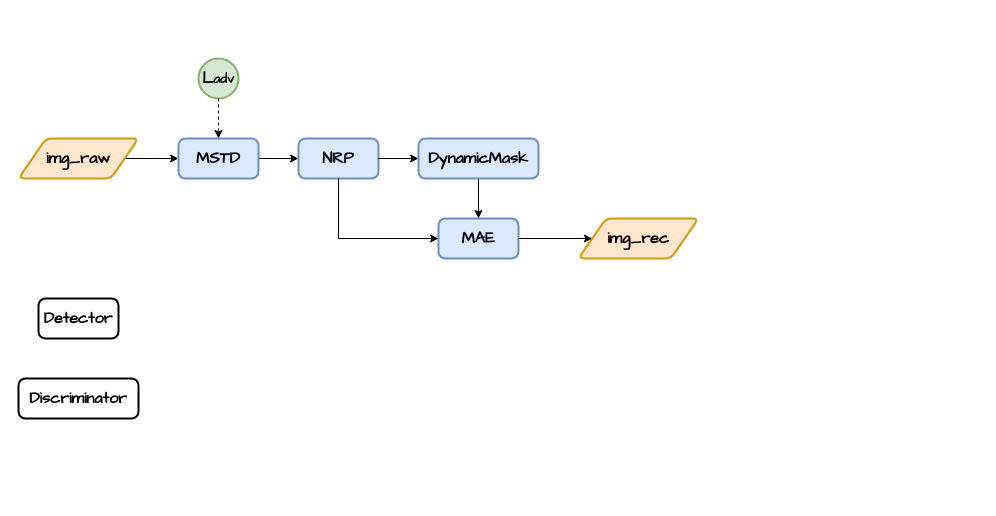
This is Purification.drawio from umiskky/Diagrams, a draw.io file, before an edit. Source tidied: cells renumbered, new cells numbered last; positions are measured from the earlier drawing's top-left corner, leaving out a move shared by most shapes. Both pictures are drawn from the tidied source at 100%, with x=0, y=0 at pixel (18, 58).
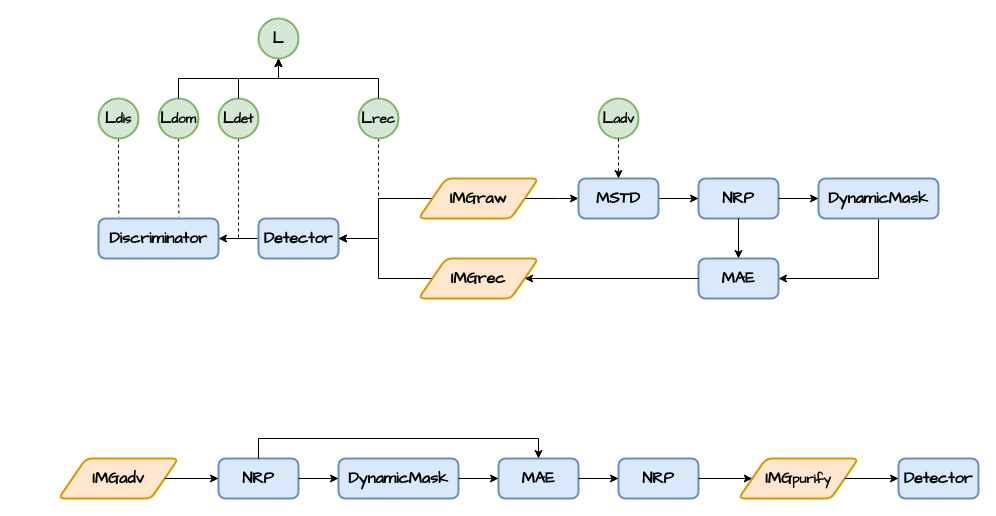
Above is the later version.

What changed in the source:
```diff
@@
+    <mxCell id="19" style="group;" parent="1" vertex="1">
+      <mxGeometry x="80" y="-40" width="840" height="280" as="geometry" />
+    </mxCell>
-    <mxCell id="2" value="&lt;b&gt;Discriminator&lt;/b&gt;" style="rounded=1;whiteSpace=wrap;html=1;absoluteArcSize=1;arcSize=14;strokeWidth=2;fontFamily=Comic Sans MS;fontSize=16;" parent="1" vertex="1">
-      <mxGeometry y="320" width="120" height="40" as="geometry" />
+    <mxCell id="2" value="&lt;b&gt;Discriminator&lt;/b&gt;" style="rounded=1;whiteSpace=wrap;html=1;absoluteArcSize=1;arcSize=14;strokeWidth=2;fontFamily=Comic Sans MS;fontSize=16;fillColor=#dae8fc;strokeColor=#6c8ebf;" parent="19" vertex="1">
+      <mxGeometry y="200" width="120" height="40" as="geometry" />
     </mxCell>
+    <mxCell id="20" style="edgeStyle=orthogonalEdgeStyle;rounded=0;jettySize=auto;html=1;exitX=0;exitY=0.5;exitDx=0;exitDy=0;entryX=1;entryY=0.5;entryDx=0;entryDy=0;fontFamily=Comic Sans MS;fontSize=16;" parent="19" edge="1" source="3" target="2">
+      <mxGeometry relative="1" as="geometry" />
+    </mxCell>
-    <mxCell id="3" value="&lt;b&gt;Detector&lt;/b&gt;" style="rounded=1;whiteSpace=wrap;html=1;absoluteArcSize=1;arcSize=14;strokeWidth=2;fontFamily=Comic Sans MS;fontSize=16;" parent="1" vertex="1">
-      <mxGeometry x="20" y="240" width="80" height="40" as="geometry" />
+    <mxCell id="3" value="&lt;b&gt;Detector&lt;/b&gt;" style="rounded=1;whiteSpace=wrap;html=1;absoluteArcSize=1;arcSize=14;strokeWidth=2;fontFamily=Comic Sans MS;fontSize=16;fillColor=#dae8fc;strokeColor=#6c8ebf;" parent="19" vertex="1">
+      <mxGeometry x="160" y="200" width="80" height="40" as="geometry" />
     </mxCell>
-    <mxCell id="4" style="group;" parent="1" vertex="1">
-      <mxGeometry width="680" height="200" as="geometry" />
-    </mxCell>
+    <mxCell id="21" style="edgeStyle=orthogonalEdgeStyle;rounded=0;jettySize=auto;html=1;exitX=0.5;exitY=1;exitDx=0;exitDy=0;exitPerimeter=0;fontFamily=Comic Sans MS;fontSize=16;dashed=1;endArrow=none;endFill=0;" parent="19" edge="1" source="22">
+      <mxGeometry relative="1" as="geometry">
+        <mxPoint x="280" y="180" as="targetPoint" />
+      </mxGeometry>
+    </mxCell>
+    <mxCell id="22" value="&lt;b&gt;L&lt;span style=&quot;font-size: 13.3333px;&quot;&gt;rec&lt;/span&gt;&lt;/b&gt;" style="strokeWidth=2;html=1;shape=mxgraph.flowchart.start_2;whiteSpace=wrap;fontFamily=Comic Sans MS;fontSize=16;fillColor=#d5e8d4;strokeColor=#82b366;" parent="19" vertex="1">
+      <mxGeometry x="260" y="80" width="40" height="40" as="geometry" />
+    </mxCell>
+    <mxCell id="23" style="edgeStyle=orthogonalEdgeStyle;rounded=0;jettySize=auto;html=1;exitX=0.5;exitY=1;exitDx=0;exitDy=0;exitPerimeter=0;entryX=0.67;entryY=-0.04;entryDx=0;entryDy=0;entryPerimeter=0;dashed=1;fontFamily=Comic Sans MS;fontSize=16;endArrow=none;endFill=0;" parent="19" edge="1" source="24" target="2">
+      <mxGeometry relative="1" as="geometry" />
+    </mxCell>
+    <mxCell id="24" value="&lt;b&gt;L&lt;span style=&quot;font-size: 13.3333px;&quot;&gt;dom&lt;br&gt;&lt;/span&gt;&lt;/b&gt;" style="strokeWidth=2;html=1;shape=mxgraph.flowchart.start_2;whiteSpace=wrap;fontFamily=Comic Sans MS;fontSize=16;fillColor=#d5e8d4;strokeColor=#82b366;" parent="19" vertex="1">
+      <mxGeometry x="60" y="80" width="40" height="40" as="geometry" />
+    </mxCell>
+    <mxCell id="25" style="edgeStyle=orthogonalEdgeStyle;rounded=0;jettySize=auto;html=1;exitX=0.5;exitY=1;exitDx=0;exitDy=0;exitPerimeter=0;entryX=0.17;entryY=-0.04;entryDx=0;entryDy=0;entryPerimeter=0;dashed=1;fontFamily=Comic Sans MS;fontSize=16;endArrow=none;endFill=0;" parent="19" edge="1" source="26" target="2">
+      <mxGeometry relative="1" as="geometry" />
+    </mxCell>
+    <mxCell id="26" value="&lt;b&gt;L&lt;span style=&quot;font-size: 13.3333px;&quot;&gt;dis&lt;br&gt;&lt;/span&gt;&lt;/b&gt;" style="strokeWidth=2;html=1;shape=mxgraph.flowchart.start_2;whiteSpace=wrap;fontFamily=Comic Sans MS;fontSize=16;fillColor=#d5e8d4;strokeColor=#82b366;" parent="19" vertex="1">
+      <mxGeometry y="80" width="40" height="40" as="geometry" />
+    </mxCell>
+    <mxCell id="27" style="edgeStyle=orthogonalEdgeStyle;rounded=0;jettySize=auto;html=1;exitX=0.5;exitY=1;exitDx=0;exitDy=0;exitPerimeter=0;fontFamily=Comic Sans MS;fontSize=16;dashed=1;endArrow=none;endFill=0;" parent="19" edge="1" source="28">
+      <mxGeometry relative="1" as="geometry">
+        <mxPoint x="140" y="220" as="targetPoint" />
+      </mxGeometry>
+    </mxCell>
+    <mxCell id="28" value="&lt;b&gt;L&lt;span style=&quot;font-size: 13.3333px;&quot;&gt;det&lt;br&gt;&lt;/span&gt;&lt;/b&gt;" style="strokeWidth=2;html=1;shape=mxgraph.flowchart.start_2;whiteSpace=wrap;fontFamily=Comic Sans MS;fontSize=16;fillColor=#d5e8d4;strokeColor=#82b366;" parent="19" vertex="1">
+      <mxGeometry x="120" y="80" width="40" height="40" as="geometry" />
+    </mxCell>
-    <mxCell id="5" value="&lt;b&gt;L&lt;span style=&quot;font-size: 13.3333px;&quot;&gt;adv&lt;/span&gt;&lt;/b&gt;" style="strokeWidth=2;html=1;shape=mxgraph.flowchart.start_2;whiteSpace=wrap;fontFamily=Comic Sans MS;fontSize=16;fillColor=#d5e8d4;strokeColor=#82b366;" parent="4" vertex="1">
-      <mxGeometry x="180" width="40" height="40" as="geometry" />
+    <mxCell id="5" value="&lt;b&gt;L&lt;span style=&quot;font-size: 13.3333px;&quot;&gt;adv&lt;/span&gt;&lt;/b&gt;" style="strokeWidth=2;html=1;shape=mxgraph.flowchart.start_2;whiteSpace=wrap;fontFamily=Comic Sans MS;fontSize=16;fillColor=#d5e8d4;strokeColor=#82b366;" parent="19" vertex="1">
+      <mxGeometry x="500" y="80" width="40" height="40" as="geometry" />
     </mxCell>
-    <mxCell id="6" style="edgeStyle=orthogonalEdgeStyle;rounded=0;jettySize=auto;html=1;exitX=1;exitY=0.5;exitDx=0;exitDy=0;entryX=0;entryY=0.5;entryDx=0;entryDy=0;fontFamily=Comic Sans MS;fontSize=16;" parent="4" edge="1" source="7">
+    <mxCell id="6" style="edgeStyle=orthogonalEdgeStyle;rounded=0;jettySize=auto;html=1;exitX=1;exitY=0.5;exitDx=0;exitDy=0;entryX=0;entryY=0.5;entryDx=0;entryDy=0;fontFamily=Comic Sans MS;fontSize=16;" parent="19" edge="1" source="7">
       <mxGeometry relative="1" as="geometry">
-        <mxPoint x="160" y="100" as="targetPoint" />
+        <mxPoint x="480" y="180" as="targetPoint" />
       </mxGeometry>
     </mxCell>
+    <mxCell id="29" style="edgeStyle=orthogonalEdgeStyle;rounded=0;jettySize=auto;html=1;exitX=0;exitY=0.5;exitDx=0;exitDy=0;entryX=1;entryY=0.5;entryDx=0;entryDy=0;fontFamily=Comic Sans MS;fontSize=16;" parent="19" edge="1" source="7" target="3">
+      <mxGeometry relative="1" as="geometry" />
+    </mxCell>
-    <mxCell id="7" value="&lt;b&gt;&lt;font face=&quot;Comic Sans MS&quot; style=&quot;font-size: 16px;&quot;&gt;img_raw&lt;/font&gt;&lt;/b&gt;" style="shape=parallelogram;html=1;strokeWidth=2;perimeter=parallelogramPerimeter;whiteSpace=wrap;rounded=1;arcSize=12;size=0.23;fillColor=#ffe6cc;strokeColor=#d79b00;" parent="4" vertex="1">
-      <mxGeometry y="80" width="120" height="40" as="geometry" />
+    <mxCell id="7" value="&lt;b&gt;&lt;font face=&quot;Comic Sans MS&quot; style=&quot;&quot;&gt;&lt;sub style=&quot;&quot;&gt;&lt;span style=&quot;font-size: 16px;&quot;&gt;IMGraw&lt;/span&gt;&lt;/sub&gt;&lt;/font&gt;&lt;/b&gt;" style="shape=parallelogram;html=1;strokeWidth=2;perimeter=parallelogramPerimeter;whiteSpace=wrap;rounded=1;arcSize=12;size=0.23;fillColor=#ffe6cc;strokeColor=#d79b00;" parent="19" vertex="1">
+      <mxGeometry x="320" y="160" width="120" height="40" as="geometry" />
     </mxCell>
-    <mxCell id="8" value="&lt;b&gt;NRP&lt;/b&gt;" style="rounded=1;whiteSpace=wrap;html=1;absoluteArcSize=1;arcSize=14;strokeWidth=2;fontFamily=Comic Sans MS;fontSize=16;fillColor=#dae8fc;strokeColor=#6c8ebf;" parent="4" vertex="1">
-      <mxGeometry x="280" y="80" width="80" height="40" as="geometry" />
+    <mxCell id="8" value="&lt;b&gt;NRP&lt;/b&gt;" style="rounded=1;whiteSpace=wrap;html=1;absoluteArcSize=1;arcSize=14;strokeWidth=2;fontFamily=Comic Sans MS;fontSize=16;fillColor=#dae8fc;strokeColor=#6c8ebf;" parent="19" vertex="1">
+      <mxGeometry x="600" y="160" width="80" height="40" as="geometry" />
     </mxCell>
-    <mxCell id="9" style="edgeStyle=orthogonalEdgeStyle;rounded=0;jettySize=auto;html=1;exitX=1;exitY=0.5;exitDx=0;exitDy=0;entryX=0;entryY=0.5;entryDx=0;entryDy=0;fontFamily=Comic Sans MS;fontSize=16;" parent="4" edge="1" source="10" target="8">
+    <mxCell id="9" style="edgeStyle=orthogonalEdgeStyle;rounded=0;jettySize=auto;html=1;exitX=1;exitY=0.5;exitDx=0;exitDy=0;entryX=0;entryY=0.5;entryDx=0;entryDy=0;fontFamily=Comic Sans MS;fontSize=16;" parent="19" edge="1" source="10" target="8">
       <mxGeometry relative="1" as="geometry" />
     </mxCell>
-    <mxCell id="10" value="&lt;b&gt;MSTD&lt;/b&gt;" style="rounded=1;whiteSpace=wrap;html=1;absoluteArcSize=1;arcSize=14;strokeWidth=2;fontFamily=Comic Sans MS;fontSize=16;fillColor=#dae8fc;strokeColor=#6c8ebf;" parent="4" vertex="1">
-      <mxGeometry x="160" y="80" width="80" height="40" as="geometry" />
+    <mxCell id="10" value="&lt;b&gt;MSTD&lt;/b&gt;" style="rounded=1;whiteSpace=wrap;html=1;absoluteArcSize=1;arcSize=14;strokeWidth=2;fontFamily=Comic Sans MS;fontSize=16;fillColor=#dae8fc;strokeColor=#6c8ebf;" parent="19" vertex="1">
+      <mxGeometry x="480" y="160" width="80" height="40" as="geometry" />
     </mxCell>
-    <mxCell id="11" style="edgeStyle=orthogonalEdgeStyle;rounded=0;jettySize=auto;html=1;exitX=0.5;exitY=1;exitDx=0;exitDy=0;exitPerimeter=0;entryX=0.5;entryY=0;entryDx=0;entryDy=0;fontFamily=Comic Sans MS;fontSize=16;dashed=1;" parent="4" edge="1" source="5" target="10">
+    <mxCell id="11" style="edgeStyle=orthogonalEdgeStyle;rounded=0;jettySize=auto;html=1;exitX=0.5;exitY=1;exitDx=0;exitDy=0;exitPerimeter=0;entryX=0.5;entryY=0;entryDx=0;entryDy=0;fontFamily=Comic Sans MS;fontSize=16;dashed=1;" parent="19" edge="1" source="5" target="10">
       <mxGeometry relative="1" as="geometry" />
     </mxCell>
-    <mxCell id="12" value="&lt;b&gt;MAE&lt;/b&gt;" style="rounded=1;whiteSpace=wrap;html=1;absoluteArcSize=1;arcSize=14;strokeWidth=2;fontFamily=Comic Sans MS;fontSize=16;fillColor=#dae8fc;strokeColor=#6c8ebf;" parent="4" vertex="1">
-      <mxGeometry x="420" y="160" width="80" height="40" as="geometry" />
+    <mxCell id="12" value="&lt;b&gt;MAE&lt;/b&gt;" style="rounded=1;whiteSpace=wrap;html=1;absoluteArcSize=1;arcSize=14;strokeWidth=2;fontFamily=Comic Sans MS;fontSize=16;fillColor=#dae8fc;strokeColor=#6c8ebf;" parent="19" vertex="1">
+      <mxGeometry x="600" y="240" width="80" height="40" as="geometry" />
     </mxCell>
-    <mxCell id="13" style="edgeStyle=orthogonalEdgeStyle;rounded=0;jettySize=auto;html=1;exitX=0.5;exitY=1;exitDx=0;exitDy=0;entryX=0;entryY=0.5;entryDx=0;entryDy=0;fontFamily=Comic Sans MS;fontSize=16;" parent="4" edge="1" source="8" target="12">
+    <mxCell id="13" style="edgeStyle=orthogonalEdgeStyle;rounded=0;jettySize=auto;html=1;exitX=0.5;exitY=1;exitDx=0;exitDy=0;entryX=0.5;entryY=0;entryDx=0;entryDy=0;fontFamily=Comic Sans MS;fontSize=16;" parent="19" edge="1" source="8" target="12">
       <mxGeometry relative="1" as="geometry" />
     </mxCell>
-    <mxCell id="14" style="edgeStyle=orthogonalEdgeStyle;rounded=0;jettySize=auto;html=1;exitX=0.5;exitY=1;exitDx=0;exitDy=0;entryX=0.5;entryY=0;entryDx=0;entryDy=0;fontFamily=Comic Sans MS;fontSize=16;" parent="4" edge="1" source="15" target="12">
+    <mxCell id="14" style="edgeStyle=orthogonalEdgeStyle;rounded=0;jettySize=auto;html=1;exitX=0.5;exitY=1;exitDx=0;exitDy=0;entryX=1;entryY=0.5;entryDx=0;entryDy=0;fontFamily=Comic Sans MS;fontSize=16;" parent="19" edge="1" source="15" target="12">
       <mxGeometry relative="1" as="geometry" />
     </mxCell>
-    <mxCell id="15" value="&lt;b&gt;DynamicMask&lt;/b&gt;" style="rounded=1;whiteSpace=wrap;html=1;absoluteArcSize=1;arcSize=14;strokeWidth=2;fontFamily=Comic Sans MS;fontSize=16;fillColor=#dae8fc;strokeColor=#6c8ebf;" parent="4" vertex="1">
-      <mxGeometry x="400" y="80" width="120" height="40" as="geometry" />
+    <mxCell id="15" value="&lt;b&gt;DynamicMask&lt;/b&gt;" style="rounded=1;whiteSpace=wrap;html=1;absoluteArcSize=1;arcSize=14;strokeWidth=2;fontFamily=Comic Sans MS;fontSize=16;fillColor=#dae8fc;strokeColor=#6c8ebf;" parent="19" vertex="1">
+      <mxGeometry x="720" y="160" width="120" height="40" as="geometry" />
     </mxCell>
-    <mxCell id="16" style="edgeStyle=orthogonalEdgeStyle;rounded=0;jettySize=auto;html=1;exitX=1;exitY=0.5;exitDx=0;exitDy=0;entryX=0;entryY=0.5;entryDx=0;entryDy=0;fontFamily=Comic Sans MS;fontSize=16;" parent="4" edge="1" source="8" target="15">
+    <mxCell id="16" style="edgeStyle=orthogonalEdgeStyle;rounded=0;jettySize=auto;html=1;exitX=1;exitY=0.5;exitDx=0;exitDy=0;entryX=0;entryY=0.5;entryDx=0;entryDy=0;fontFamily=Comic Sans MS;fontSize=16;" parent="19" edge="1" source="8" target="15">
       <mxGeometry relative="1" as="geometry" />
     </mxCell>
+    <mxCell id="30" style="edgeStyle=orthogonalEdgeStyle;rounded=0;jettySize=auto;html=1;exitX=0;exitY=0.5;exitDx=0;exitDy=0;entryX=1;entryY=0.5;entryDx=0;entryDy=0;fontFamily=Comic Sans MS;fontSize=16;" parent="19" edge="1" source="17" target="3">
+      <mxGeometry relative="1" as="geometry" />
+    </mxCell>
-    <mxCell id="17" value="&lt;b&gt;&lt;font face=&quot;Comic Sans MS&quot; style=&quot;font-size: 16px;&quot;&gt;img_rec&lt;/font&gt;&lt;/b&gt;" style="shape=parallelogram;html=1;strokeWidth=2;perimeter=parallelogramPerimeter;whiteSpace=wrap;rounded=1;arcSize=12;size=0.23;fillColor=#ffe6cc;strokeColor=#d79b00;" parent="4" vertex="1">
-      <mxGeometry x="560" y="160" width="120" height="40" as="geometry" />
+    <mxCell id="17" value="&lt;b&gt;&lt;font face=&quot;Comic Sans MS&quot; style=&quot;&quot;&gt;&lt;sub style=&quot;&quot;&gt;&lt;span style=&quot;font-size: 16px;&quot;&gt;IMGrec&lt;/span&gt;&lt;/sub&gt;&lt;/font&gt;&lt;/b&gt;" style="shape=parallelogram;html=1;strokeWidth=2;perimeter=parallelogramPerimeter;whiteSpace=wrap;rounded=1;arcSize=12;size=0.23;fillColor=#ffe6cc;strokeColor=#d79b00;" parent="19" vertex="1">
+      <mxGeometry x="320" y="240" width="120" height="40" as="geometry" />
     </mxCell>
-    <mxCell id="18" style="edgeStyle=orthogonalEdgeStyle;rounded=0;jettySize=auto;html=1;exitX=1;exitY=0.5;exitDx=0;exitDy=0;fontFamily=Comic Sans MS;fontSize=16;" parent="4" edge="1" source="12" target="17">
+    <mxCell id="18" style="edgeStyle=orthogonalEdgeStyle;rounded=0;jettySize=auto;html=1;exitX=0;exitY=0.5;exitDx=0;exitDy=0;fontFamily=Comic Sans MS;fontSize=16;" parent="19" edge="1" source="12" target="17">
       <mxGeometry relative="1" as="geometry" />
     </mxCell>
+    <mxCell id="31" value="&lt;b&gt;L&lt;span style=&quot;font-size: 13.3333px;&quot;&gt;&lt;br&gt;&lt;/span&gt;&lt;/b&gt;" style="strokeWidth=2;html=1;shape=mxgraph.flowchart.start_2;whiteSpace=wrap;fontFamily=Comic Sans MS;fontSize=16;fillColor=#d5e8d4;strokeColor=#82b366;" parent="19" vertex="1">
+      <mxGeometry x="160" width="40" height="40" as="geometry" />
+    </mxCell>
+    <mxCell id="32" style="edgeStyle=orthogonalEdgeStyle;rounded=0;jettySize=auto;html=1;exitX=0.5;exitY=0;exitDx=0;exitDy=0;exitPerimeter=0;entryX=0.5;entryY=1;entryDx=0;entryDy=0;entryPerimeter=0;fontFamily=Comic Sans MS;fontSize=16;endArrow=classic;endFill=1;" parent="19" edge="1" source="22" target="31">
+      <mxGeometry relative="1" as="geometry" />
+    </mxCell>
+    <mxCell id="33" style="edgeStyle=orthogonalEdgeStyle;rounded=0;jettySize=auto;html=1;exitX=0.5;exitY=0;exitDx=0;exitDy=0;exitPerimeter=0;entryX=0.5;entryY=1;entryDx=0;entryDy=0;entryPerimeter=0;fontFamily=Comic Sans MS;fontSize=16;endArrow=classic;endFill=1;" parent="19" edge="1" source="24" target="31">
+      <mxGeometry relative="1" as="geometry" />
+    </mxCell>
+    <mxCell id="34" style="edgeStyle=orthogonalEdgeStyle;rounded=0;jettySize=auto;html=1;exitX=0.5;exitY=0;exitDx=0;exitDy=0;exitPerimeter=0;entryX=0.5;entryY=1;entryDx=0;entryDy=0;entryPerimeter=0;fontFamily=Comic Sans MS;fontSize=16;endArrow=classic;endFill=1;" parent="19" edge="1" source="28" target="31">
+      <mxGeometry relative="1" as="geometry" />
+    </mxCell>
+    <mxCell id="35" style="group;" parent="1" vertex="1">
+      <mxGeometry x="40" y="400" width="920" height="40" as="geometry" />
+    </mxCell>
+    <mxCell id="36" value="&lt;b&gt;&lt;font face=&quot;Comic Sans MS&quot; style=&quot;&quot;&gt;&lt;sub style=&quot;&quot;&gt;&lt;span style=&quot;font-size: 16px;&quot;&gt;IMGadv&lt;/span&gt;&lt;/sub&gt;&lt;/font&gt;&lt;/b&gt;" style="shape=parallelogram;html=1;strokeWidth=2;perimeter=parallelogramPerimeter;whiteSpace=wrap;rounded=1;arcSize=12;size=0.23;fillColor=#ffe6cc;strokeColor=#d79b00;" parent="35" vertex="1">
+      <mxGeometry width="120" height="40" as="geometry" />
+    </mxCell>
+    <mxCell id="37" value="&lt;b&gt;NRP&lt;/b&gt;" style="rounded=1;whiteSpace=wrap;html=1;absoluteArcSize=1;arcSize=14;strokeWidth=2;fontFamily=Comic Sans MS;fontSize=16;fillColor=#dae8fc;strokeColor=#6c8ebf;" parent="35" vertex="1">
+      <mxGeometry x="160" width="80" height="40" as="geometry" />
+    </mxCell>
+    <mxCell id="38" style="edgeStyle=orthogonalEdgeStyle;rounded=0;jettySize=auto;html=1;exitX=1;exitY=0.5;exitDx=0;exitDy=0;entryX=0;entryY=0.5;entryDx=0;entryDy=0;fontFamily=Comic Sans MS;fontSize=16;endArrow=classic;endFill=1;" parent="35" edge="1" source="36" target="37">
+      <mxGeometry relative="1" as="geometry" />
+    </mxCell>
+    <mxCell id="39" value="&lt;b&gt;DynamicMask&lt;/b&gt;" style="rounded=1;whiteSpace=wrap;html=1;absoluteArcSize=1;arcSize=14;strokeWidth=2;fontFamily=Comic Sans MS;fontSize=16;fillColor=#dae8fc;strokeColor=#6c8ebf;" parent="35" vertex="1">
+      <mxGeometry x="280" width="120" height="40" as="geometry" />
+    </mxCell>
+    <mxCell id="40" style="edgeStyle=orthogonalEdgeStyle;rounded=0;jettySize=auto;html=1;exitX=1;exitY=0.5;exitDx=0;exitDy=0;entryX=0;entryY=0.5;entryDx=0;entryDy=0;fontFamily=Comic Sans MS;fontSize=16;endArrow=classic;endFill=1;" parent="35" edge="1" source="37" target="39">
+      <mxGeometry relative="1" as="geometry" />
+    </mxCell>
+    <mxCell id="41" value="&lt;b&gt;MAE&lt;/b&gt;" style="rounded=1;whiteSpace=wrap;html=1;absoluteArcSize=1;arcSize=14;strokeWidth=2;fontFamily=Comic Sans MS;fontSize=16;fillColor=#dae8fc;strokeColor=#6c8ebf;" parent="35" vertex="1">
+      <mxGeometry x="440" width="80" height="40" as="geometry" />
+    </mxCell>
+    <mxCell id="42" style="edgeStyle=orthogonalEdgeStyle;rounded=0;jettySize=auto;html=1;exitX=0.5;exitY=0;exitDx=0;exitDy=0;entryX=0.5;entryY=0;entryDx=0;entryDy=0;fontFamily=Comic Sans MS;fontSize=16;endArrow=classic;endFill=1;" parent="35" edge="1" source="37" target="41">
+      <mxGeometry relative="1" as="geometry" />
+    </mxCell>
+    <mxCell id="43" style="edgeStyle=orthogonalEdgeStyle;rounded=0;jettySize=auto;html=1;exitX=1;exitY=0.5;exitDx=0;exitDy=0;entryX=0;entryY=0.5;entryDx=0;entryDy=0;fontFamily=Comic Sans MS;fontSize=16;endArrow=classic;endFill=1;" parent="35" edge="1" source="39" target="41">
+      <mxGeometry relative="1" as="geometry" />
+    </mxCell>
+    <mxCell id="44" value="&lt;b&gt;NRP&lt;/b&gt;" style="rounded=1;whiteSpace=wrap;html=1;absoluteArcSize=1;arcSize=14;strokeWidth=2;fontFamily=Comic Sans MS;fontSize=16;fillColor=#dae8fc;strokeColor=#6c8ebf;" parent="35" vertex="1">
+      <mxGeometry x="560" width="80" height="40" as="geometry" />
+    </mxCell>
+    <mxCell id="45" style="edgeStyle=orthogonalEdgeStyle;rounded=0;jettySize=auto;html=1;exitX=1;exitY=0.5;exitDx=0;exitDy=0;entryX=0;entryY=0.5;entryDx=0;entryDy=0;fontFamily=Comic Sans MS;fontSize=16;endArrow=classic;endFill=1;" parent="35" edge="1" source="41" target="44">
+      <mxGeometry relative="1" as="geometry" />
+    </mxCell>
+    <mxCell id="46" value="&lt;b&gt;&lt;font face=&quot;Comic Sans MS&quot; style=&quot;font-size: 16px;&quot;&gt;IMG&lt;/font&gt;&lt;font face=&quot;Comic Sans MS&quot; style=&quot;font-size: 13.3333px;&quot;&gt;purify&lt;/font&gt;&lt;/b&gt;" style="shape=parallelogram;html=1;strokeWidth=2;perimeter=parallelogramPerimeter;whiteSpace=wrap;rounded=1;arcSize=12;size=0.23;fillColor=#ffe6cc;strokeColor=#d79b00;" parent="35" vertex="1">
+      <mxGeometry x="680" width="120" height="40" as="geometry" />
+    </mxCell>
+    <mxCell id="47" style="edgeStyle=orthogonalEdgeStyle;rounded=0;jettySize=auto;html=1;exitX=1;exitY=0.5;exitDx=0;exitDy=0;entryX=0;entryY=0.5;entryDx=0;entryDy=0;fontFamily=Comic Sans MS;fontSize=16;endArrow=classic;endFill=1;" parent="35" edge="1" source="44" target="46">
+      <mxGeometry relative="1" as="geometry" />
+    </mxCell>
+    <mxCell id="48" value="&lt;b&gt;Detector&lt;/b&gt;" style="rounded=1;whiteSpace=wrap;html=1;absoluteArcSize=1;arcSize=14;strokeWidth=2;fontFamily=Comic Sans MS;fontSize=16;fillColor=#dae8fc;strokeColor=#6c8ebf;" parent="35" vertex="1">
+      <mxGeometry x="840" width="80" height="40" as="geometry" />
+    </mxCell>
+    <mxCell id="49" style="edgeStyle=orthogonalEdgeStyle;rounded=0;jettySize=auto;html=1;exitX=1;exitY=0.5;exitDx=0;exitDy=0;entryX=0;entryY=0.5;entryDx=0;entryDy=0;fontFamily=Comic Sans MS;fontSize=16;endArrow=classic;endFill=1;" parent="35" edge="1" source="46" target="48">
+      <mxGeometry relative="1" as="geometry" />
+    </mxCell>
```
